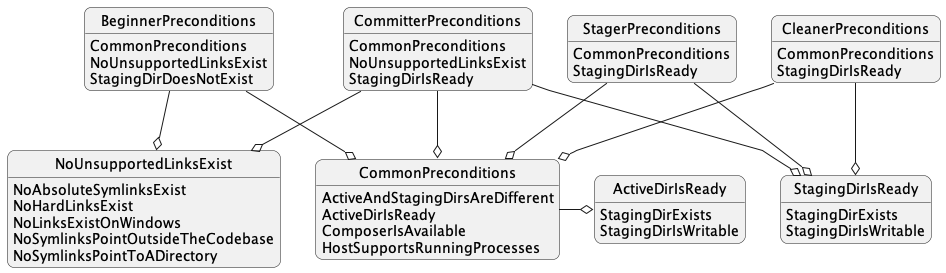
Before: docs/preconditions/hierarchy.png, a diagram exported from PlantUML (php-tuf/composer-stager). Its source is kept beside it as docs/preconditions/hierarchy.puml.
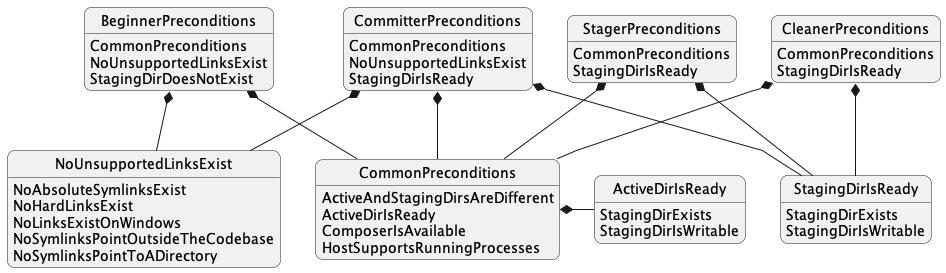
Later version of the same file.

Commit message:
Fix/update preconditions diagrams. [skip ci]

Diff of the diagram source:
```diff
@@ -13,31 +13,31 @@
     NoUnsupportedLinksExist
     StagingDirDoesNotExist
 }
-BeginnerPreconditions --o CommonPreconditions
-BeginnerPreconditions --o NoUnsupportedLinksExist
+BeginnerPreconditions *-- CommonPreconditions
+BeginnerPreconditions *-- NoUnsupportedLinksExist
 
 class StagerPreconditions {
     CommonPreconditions
     StagingDirIsReady
 }
-StagerPreconditions --o CommonPreconditions
-StagerPreconditions --o StagingDirIsReady
+StagerPreconditions *-- CommonPreconditions
+StagerPreconditions *-- StagingDirIsReady
 
 class CommitterPreconditions {
     CommonPreconditions
     NoUnsupportedLinksExist
     StagingDirIsReady
 }
-CommitterPreconditions --o CommonPreconditions
-CommitterPreconditions --o NoUnsupportedLinksExist
-CommitterPreconditions --o StagingDirIsReady
+CommitterPreconditions *-- CommonPreconditions
+CommitterPreconditions *-- NoUnsupportedLinksExist
+CommitterPreconditions *-- StagingDirIsReady
 
 class CleanerPreconditions {
     CommonPreconditions
     StagingDirIsReady
 }
-CleanerPreconditions --o CommonPreconditions
-CleanerPreconditions --o StagingDirIsReady
+CleanerPreconditions *-- CommonPreconditions
+CleanerPreconditions *-- StagingDirIsReady
 
 class CommonPreconditions {
     ActiveAndStagingDirsAreDifferent
@@ -45,7 +45,7 @@
     ComposerIsAvailable
     HostSupportsRunningProcesses
 }
-CommonPreconditions -o ActiveDirIsReady
+CommonPreconditions *- ActiveDirIsReady
 
 class ActiveDirIsReady {
     StagingDirExists
```
